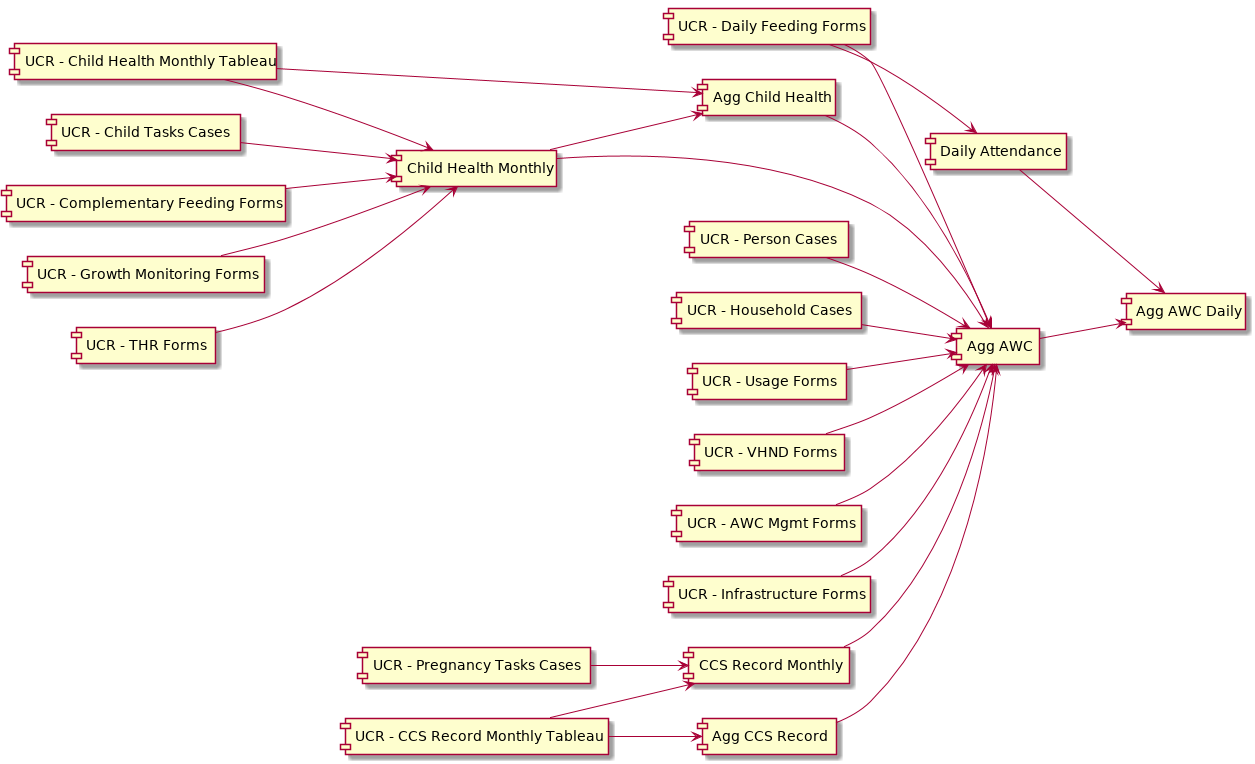
The PlantUML diagram custom/icds_reports/docs/current_state_aggregation.png in dimagi/commcare-hq, before a commit.
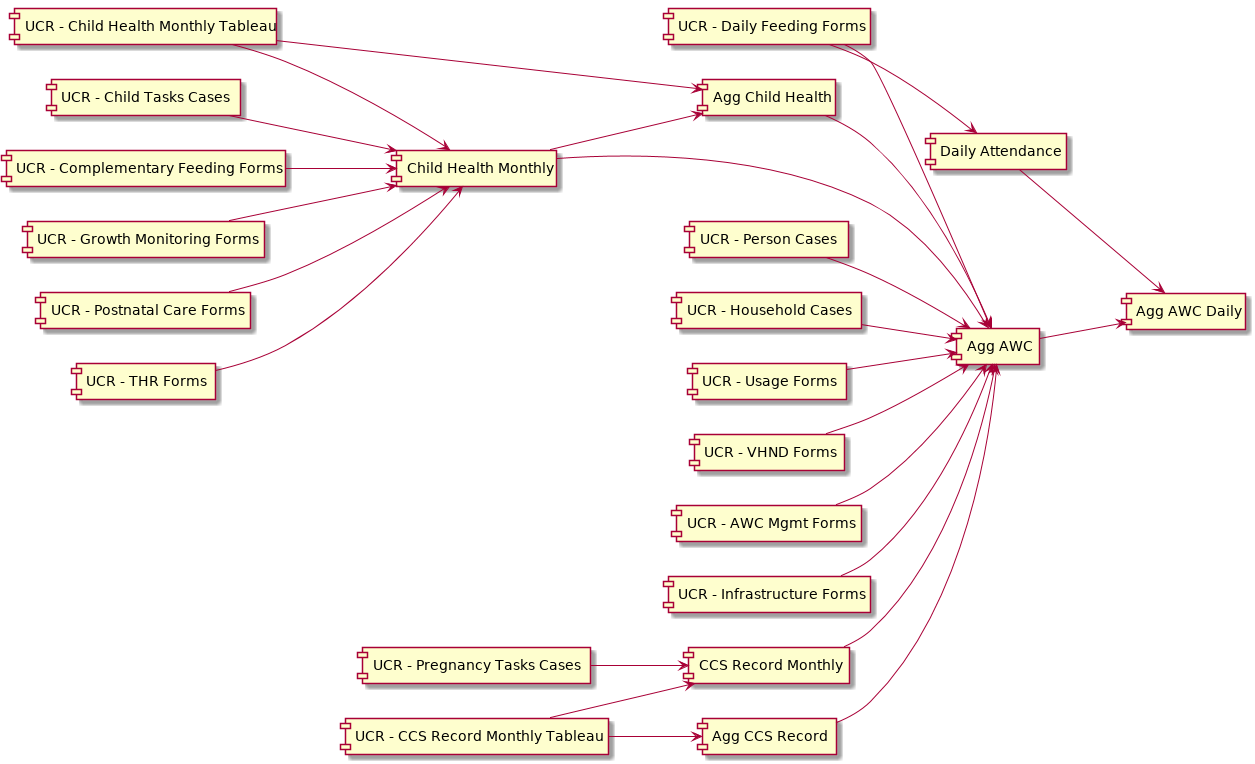
After the change.

Commit message:
Update workflow diagram

Change to the diagram source:
```diff
@@ -14,6 +14,7 @@
 [UCR - Infrastructure Forms]
 [UCR - Complementary Feeding Forms]
 [UCR - Growth Monitoring Forms]
+[UCR - Postnatal Care Forms]
 
 [Child Health Monthly]
 [CCS Record Monthly]
@@ -23,6 +24,7 @@
 [Agg AWC]
 [Agg AWC Daily]
 
+[UCR - Postnatal Care Forms] --> [Child Health Monthly]
 [UCR - Complementary Feeding Forms] --> [Child Health Monthly]
 [UCR - Growth Monitoring Forms] --> [Child Health Monthly]
 [UCR - Child Health Monthly Tableau] --> [Child Health Monthly]
```
